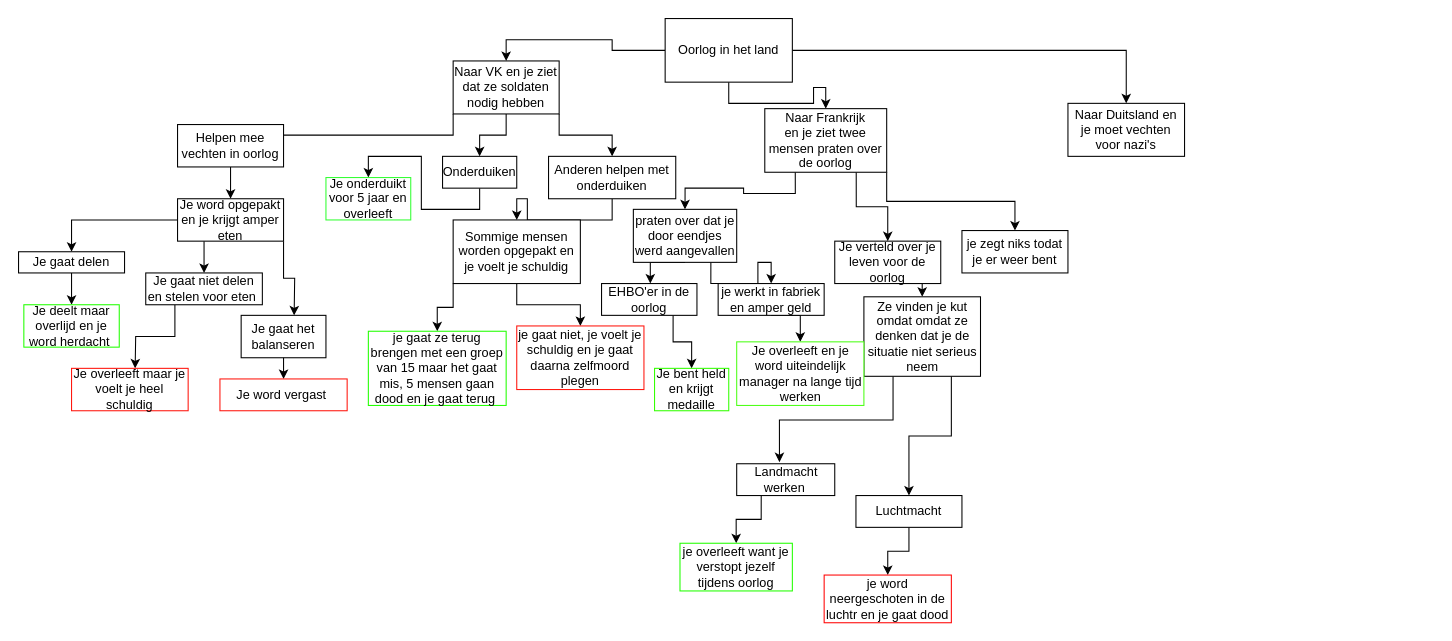
seanras02/m1Hello.You keeps this draw.io diagram as Untitled Diagram.drawio. Above is the earlier version. Source tidied: cells renumbered, new cells numbered last; positions are measured from the earlier drawing's top-left corner, leaving out a move shared by most shapes. Both pictures are drawn from the tidied source at 106%, with x=0, y=0 at pixel (18, 18).
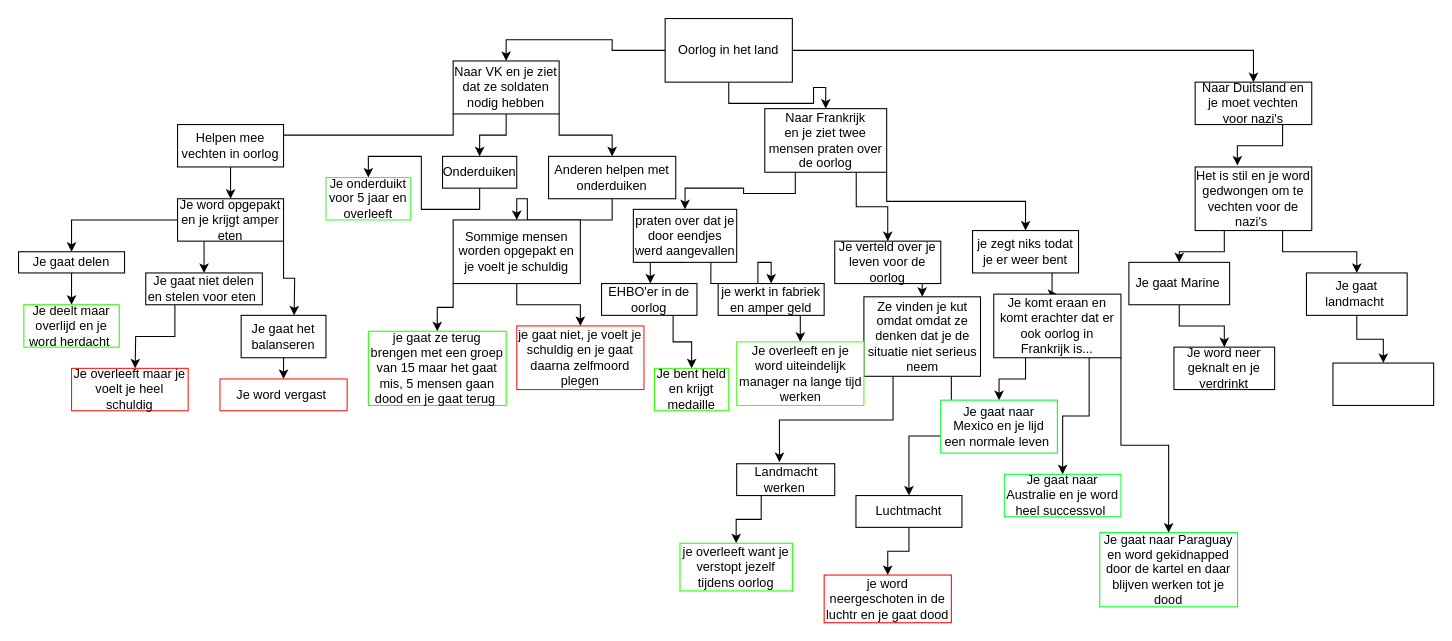
The same page after the edit.

The edit, as a diff of the source:
```diff
@@
+    <mxCell id="62" style="edgeStyle=orthogonalEdgeStyle;rounded=0;jettySize=auto;html=1;exitX=0.75;exitY=1;exitDx=0;exitDy=0;entryX=0.362;entryY=-0.023;entryDx=0;entryDy=0;entryPerimeter=0;" parent="1" edge="1" source="14" target="73">
+      <mxGeometry relative="1" as="geometry" />
+    </mxCell>
     <mxCell id="14" value="Naar Duitsland en je moet vechten voor nazi's" style="rounded=0;whiteSpace=wrap;html=1;fontFamily=Helvetica;" parent="1" vertex="1">
-      <mxGeometry x="990" y="80" width="110" height="50" as="geometry" />
+      <mxGeometry x="1110" y="60" width="110" height="40" as="geometry" />
     </mxCell>
@@
+    <mxCell id="63" style="edgeStyle=orthogonalEdgeStyle;rounded=0;jettySize=auto;html=1;exitX=0.75;exitY=1;exitDx=0;exitDy=0;" parent="1" edge="1" source="46" target="67">
+      <mxGeometry relative="1" as="geometry" />
+    </mxCell>
     <mxCell id="46" value="je zegt niks todat je er weer bent" style="rounded=0;whiteSpace=wrap;html=1;" parent="1" vertex="1">
-      <mxGeometry x="890" y="200" width="100" height="40" as="geometry" />
+      <mxGeometry x="900" y="200" width="100" height="40" as="geometry" />
     </mxCell>
@@
+    <mxCell id="64" style="edgeStyle=orthogonalEdgeStyle;rounded=0;jettySize=auto;html=1;exitX=0.25;exitY=1;exitDx=0;exitDy=0;" parent="1" edge="1" source="67" target="68">
+      <mxGeometry relative="1" as="geometry" />
+    </mxCell>
+    <mxCell id="65" style="edgeStyle=orthogonalEdgeStyle;rounded=0;jettySize=auto;html=1;exitX=0.75;exitY=1;exitDx=0;exitDy=0;" parent="1" edge="1" source="67" target="69">
+      <mxGeometry relative="1" as="geometry" />
+    </mxCell>
+    <mxCell id="66" style="edgeStyle=orthogonalEdgeStyle;rounded=0;jettySize=auto;html=1;exitX=1;exitY=1;exitDx=0;exitDy=0;" parent="1" edge="1" source="67" target="70">
+      <mxGeometry relative="1" as="geometry" />
+    </mxCell>
+    <mxCell id="67" value="Je komt eraan en komt erachter dat er ook oorlog in Frankrijk is...&lt;br&gt;" style="rounded=0;whiteSpace=wrap;html=1;" parent="1" vertex="1">
+      <mxGeometry x="920" y="260" width="120" height="60" as="geometry" />
+    </mxCell>
+    <mxCell id="68" value="Je gaat naar Mexico en je lijd een normale leven&amp;nbsp;" style="rounded=0;whiteSpace=wrap;html=1;strokeColor=#00FF22;" parent="1" vertex="1">
+      <mxGeometry x="870" y="360" width="110" height="50" as="geometry" />
+    </mxCell>
+    <mxCell id="69" value="Je gaat naar Australie en je word heel successvol&amp;nbsp;" style="rounded=0;whiteSpace=wrap;html=1;strokeColor=#08FF41;" parent="1" vertex="1">
+      <mxGeometry x="930" y="430" width="110" height="40" as="geometry" />
+    </mxCell>
+    <mxCell id="70" value="Je gaat naar Paraguay en word gekidnapped door de kartel en daar blijven werken tot je dood" style="rounded=0;whiteSpace=wrap;html=1;strokeColor=#00FF22;" parent="1" vertex="1">
+      <mxGeometry x="1020" y="485" width="130" height="70" as="geometry" />
+    </mxCell>
+    <mxCell id="71" style="edgeStyle=orthogonalEdgeStyle;rounded=0;jettySize=auto;html=1;exitX=0.25;exitY=1;exitDx=0;exitDy=0;" parent="1" edge="1" source="73" target="75">
+      <mxGeometry relative="1" as="geometry" />
+    </mxCell>
+    <mxCell id="72" style="edgeStyle=orthogonalEdgeStyle;rounded=0;jettySize=auto;html=1;exitX=0.75;exitY=1;exitDx=0;exitDy=0;" parent="1" edge="1" source="73" target="77">
+      <mxGeometry relative="1" as="geometry" />
+    </mxCell>
+    <mxCell id="73" value="Het is stil en je word gedwongen om te vechten voor de nazi's&amp;nbsp;" style="rounded=0;whiteSpace=wrap;html=1;fontFamily=Helvetica;strokeColor=#000000;" parent="1" vertex="1">
+      <mxGeometry x="1110" y="140" width="110" height="60" as="geometry" />
+    </mxCell>
+    <mxCell id="74" style="edgeStyle=orthogonalEdgeStyle;rounded=0;jettySize=auto;html=1;exitX=0.5;exitY=1;exitDx=0;exitDy=0;" parent="1" edge="1" source="75" target="79">
+      <mxGeometry relative="1" as="geometry" />
+    </mxCell>
+    <mxCell id="75" value="Je gaat Marine&amp;nbsp;" style="rounded=0;whiteSpace=wrap;html=1;fontFamily=Helvetica;strokeColor=#000000;" parent="1" vertex="1">
+      <mxGeometry x="1047.5" y="230" width="95" height="40" as="geometry" />
+    </mxCell>
+    <mxCell id="76" style="edgeStyle=orthogonalEdgeStyle;rounded=0;jettySize=auto;html=1;exitX=0.5;exitY=1;exitDx=0;exitDy=0;" parent="1" edge="1" source="77" target="78">
+      <mxGeometry relative="1" as="geometry" />
+    </mxCell>
+    <mxCell id="77" value="Je gaat landmacht&amp;nbsp;" style="rounded=0;whiteSpace=wrap;html=1;fontFamily=Helvetica;strokeColor=#000000;" parent="1" vertex="1">
+      <mxGeometry x="1215" y="240" width="95" height="40" as="geometry" />
+    </mxCell>
+    <mxCell id="78" style="rounded=0;whiteSpace=wrap;html=1;fontFamily=Helvetica;strokeColor=#000000;" parent="1" vertex="1">
+      <mxGeometry x="1240" y="325" width="95" height="40" as="geometry" />
+    </mxCell>
+    <mxCell id="79" value="Je word neer geknalt en je verdrinkt" style="rounded=0;whiteSpace=wrap;html=1;fontFamily=Helvetica;strokeColor=#000000;" parent="1" vertex="1">
+      <mxGeometry x="1090" y="310" width="95" height="40" as="geometry" />
+    </mxCell>
```
